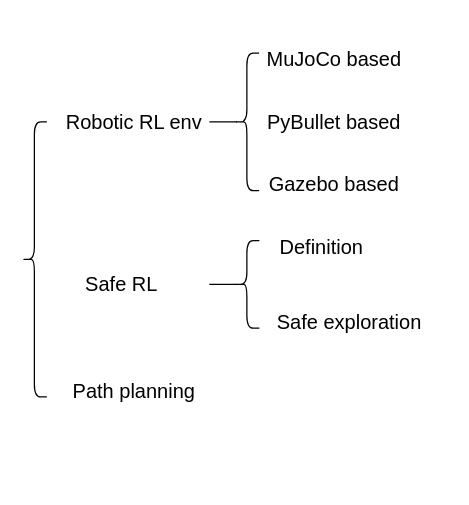
The draw.io diagram Untitled Diagram.drawio in Gaoyuan-Liu/debug, before the edit. Source tidied: cells renumbered, new cells numbered last; positions are measured from the earlier drawing's top-left corner, leaving out a move shared by most shapes. Both pictures are drawn from the tidied source at 125%, with x=0, y=0 at pixel (21, 21).
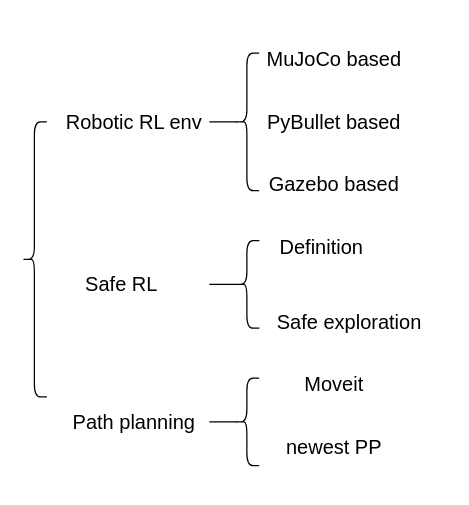
The same diagram, later.

Change to the diagram source:
```diff
@@
     <mxCell id="4" value="Path planning" style="rounded=0;whiteSpace=wrap;html=1;strokeColor=none;fontSize=16;" parent="1" vertex="1">
-      <mxGeometry x="30" y="265" width="120" height="60" as="geometry" />
+      <mxGeometry x="30" y="290" width="120" height="60" as="geometry" />
     </mxCell>
@@
+    <mxCell id="15" style="shape=curlyBracket;whiteSpace=wrap;html=1;rounded=1;" parent="1" vertex="1">
+      <mxGeometry x="170" y="285" width="20" height="70" as="geometry" />
+    </mxCell>
+    <mxCell id="16" style="endArrow=none;html=1;exitX=1;exitY=0.5;exitDx=0;exitDy=0;entryX=0.1;entryY=0.5;entryDx=0;entryDy=0;entryPerimeter=0;" parent="1" edge="1" target="15">
+      <mxGeometry relative="1" as="geometry">
+        <mxPoint x="150" y="320" as="sourcePoint" />
+      </mxGeometry>
+    </mxCell>
+    <mxCell id="17" value="Moveit" style="rounded=0;whiteSpace=wrap;html=1;strokeColor=none;fontSize=16;" parent="1" vertex="1">
+      <mxGeometry x="190" y="260" width="120" height="60" as="geometry" />
+    </mxCell>
+    <mxCell id="18" value="newest PP" style="rounded=0;whiteSpace=wrap;html=1;strokeColor=none;fontSize=16;" parent="1" vertex="1">
+      <mxGeometry x="190" y="310" width="120" height="60" as="geometry" />
+    </mxCell>
```
